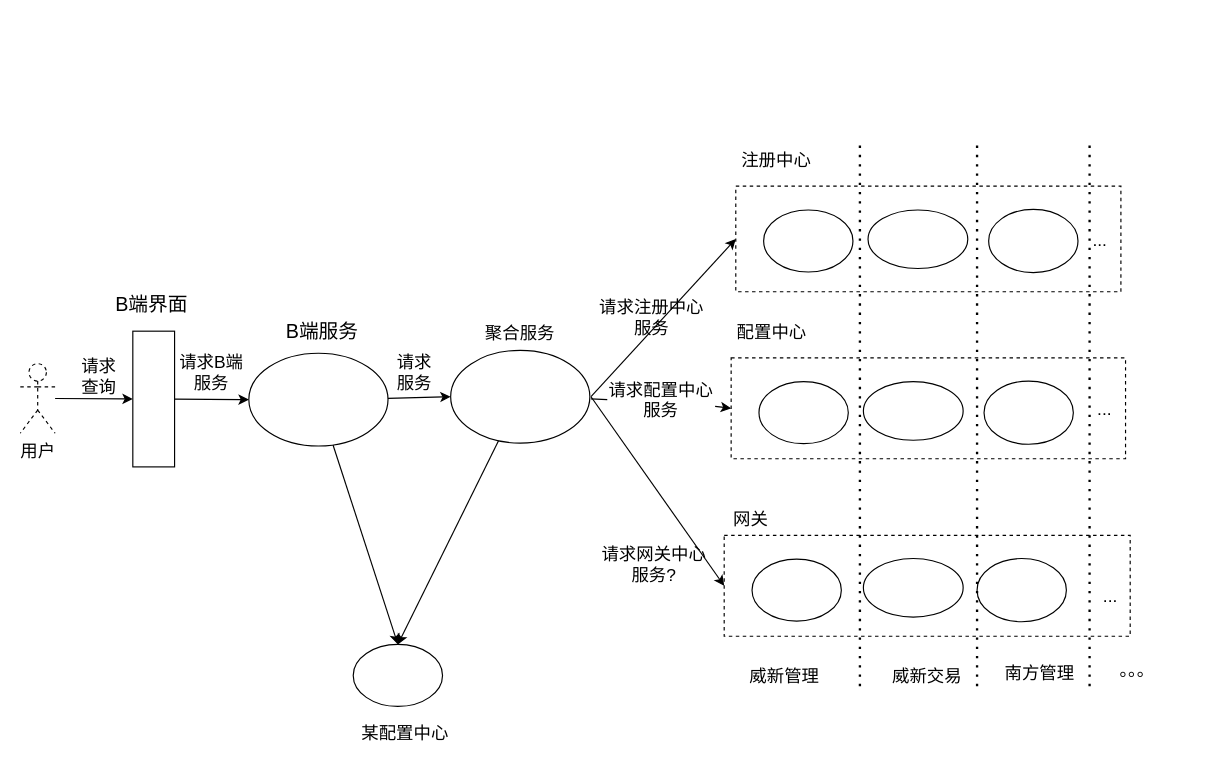
Earlier version of the draw.io diagram page "聚合服务" (10 of 10) of shorturl.drawio (leechliao/drawio). Source tidied: cells renumbered, new cells numbered last; positions are measured from the earlier drawing's top-left corner, leaving out a move shared by most shapes. Both pictures are drawn from the tidied source at 116%, with x=0, y=0 at pixel (20, 143).
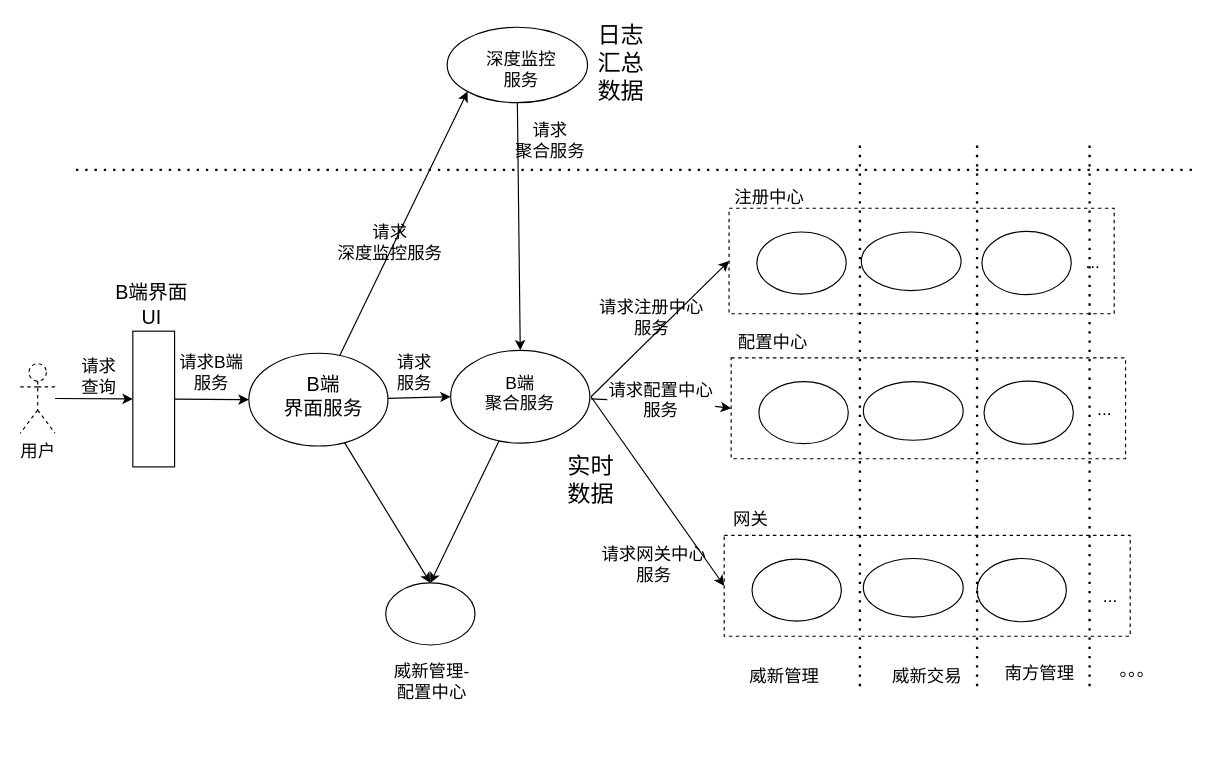
Above is the later version.

Unchanged cells that the change refers to:
```xml
<mxCell id="8" style="ellipse;whiteSpace=wrap;html=1;" parent="1" vertex="1">
  <mxGeometry x="371" y="178.5" width="120" height="80" as="geometry" />
</mxCell>
```

Diff of the diagram source:
```diff
@@
+    <mxCell id="52" style="edgeStyle=none;curved=1;jettySize=auto;html=1;entryX=0;entryY=1;entryDx=0;entryDy=0;fontSize=20;" parent="1" edge="1" source="12" target="54">
+      <mxGeometry relative="1" as="geometry" />
+    </mxCell>
+    <mxCell id="12" style="ellipse;whiteSpace=wrap;html=1;" parent="1" vertex="1">
+      <mxGeometry x="197" y="181" width="120" height="80" as="geometry" />
+    </mxCell>
     <mxCell id="2" style="rounded=0;whiteSpace=wrap;html=1;dashed=1;" parent="1" vertex="1">
-      <mxGeometry x="616.8" y="37" width="332" height="91" as="geometry" />
+      <mxGeometry x="611" y="56" width="332" height="91" as="geometry" />
     </mxCell>
-    <mxCell id="3" value="&lt;font style=&quot;font-size: 17px&quot;&gt;B端服务&lt;/font&gt;" style="text;html=1;strokeColor=none;fillColor=none;align=center;verticalAlign=middle;whiteSpace=wrap;rounded=0;" parent="1" vertex="1">
-      <mxGeometry x="220" y="151" width="81" height="23" as="geometry" />
+    <mxCell id="3" value="&lt;font style=&quot;font-size: 17px&quot;&gt;B端&lt;br&gt;界面服务&lt;/font&gt;" style="text;html=1;strokeColor=none;fillColor=none;align=center;verticalAlign=middle;whiteSpace=wrap;rounded=0;" parent="1" vertex="1">
+      <mxGeometry x="221" y="207" width="81" height="23" as="geometry" />
     </mxCell>
@@
-    <mxCell id="9" value="&lt;font style=&quot;font-size: 15px&quot;&gt;聚合服务&lt;/font&gt;" style="text;html=1;strokeColor=none;fillColor=none;align=center;verticalAlign=middle;whiteSpace=wrap;rounded=0;" parent="1" vertex="1">
-      <mxGeometry x="389" y="148.5" width="84" height="28" as="geometry" />
+    <mxCell id="9" value="&lt;font style=&quot;font-size: 15px&quot;&gt;B端&lt;br&gt;聚合服务&lt;/font&gt;" style="text;html=1;strokeColor=none;fillColor=none;align=center;verticalAlign=middle;whiteSpace=wrap;rounded=0;" parent="1" vertex="1">
+      <mxGeometry x="389" y="201" width="84" height="28" as="geometry" />
     </mxCell>
@@
-    <mxCell id="12" style="ellipse;whiteSpace=wrap;html=1;" parent="1" vertex="1">
-      <mxGeometry x="197" y="181" width="120" height="80" as="geometry" />
-    </mxCell>
     <mxCell id="13" style="ellipse;whiteSpace=wrap;html=1;" parent="1" vertex="1">
-      <mxGeometry x="640.8" y="57.5" width="77" height="53.5" as="geometry" />
+      <mxGeometry x="635" y="76.5" width="77" height="53.5" as="geometry" />
     </mxCell>
     <mxCell id="14" style="ellipse;whiteSpace=wrap;html=1;" parent="1" vertex="1">
-      <mxGeometry x="730.8" y="57.5" width="86" height="50.5" as="geometry" />
+      <mxGeometry x="725" y="76.5" width="86" height="50.5" as="geometry" />
     </mxCell>
     <mxCell id="15" style="ellipse;whiteSpace=wrap;html=1;" parent="1" vertex="1">
-      <mxGeometry x="834.8" y="57" width="77" height="54.5" as="geometry" />
+      <mxGeometry x="829" y="76" width="77" height="54.5" as="geometry" />
     </mxCell>
     <mxCell id="16" value="&lt;font style=&quot;font-size: 15px&quot;&gt;注册中心&lt;/font&gt;" style="text;html=1;strokeColor=none;fillColor=none;align=center;verticalAlign=middle;whiteSpace=wrap;rounded=0;" parent="1" vertex="1">
-      <mxGeometry x="609.8" width="84" height="28" as="geometry" />
+      <mxGeometry x="604" y="32" width="84" height="28" as="geometry" />
     </mxCell>
@@
     <mxCell id="21" value="&lt;font style=&quot;font-size: 15px&quot;&gt;配置中心&lt;/font&gt;" style="text;html=1;strokeColor=none;fillColor=none;align=center;verticalAlign=middle;whiteSpace=wrap;rounded=0;" parent="1" vertex="1">
-      <mxGeometry x="605.8" y="148" width="84" height="28" as="geometry" />
+      <mxGeometry x="606.8" y="157" width="84" height="28" as="geometry" />
     </mxCell>
@@
     <mxCell id="27" value="&lt;font style=&quot;font-size: 15px&quot;&gt;...&lt;/font&gt;" style="text;html=1;strokeColor=none;fillColor=none;align=center;verticalAlign=middle;whiteSpace=wrap;rounded=0;" parent="1" vertex="1">
-      <mxGeometry x="888.8" y="68.8" width="84" height="28" as="geometry" />
+      <mxGeometry x="883" y="87.8" width="84" height="28" as="geometry" />
     </mxCell>
@@
-    <mxCell id="37" value="&lt;font style=&quot;font-size: 17px&quot;&gt;B端界面&lt;/font&gt;" style="text;html=1;strokeColor=none;fillColor=none;align=center;verticalAlign=middle;whiteSpace=wrap;rounded=0;" parent="1" vertex="1">
+    <mxCell id="37" value="&lt;font style=&quot;font-size: 17px&quot;&gt;B端界面UI&lt;/font&gt;" style="text;html=1;strokeColor=none;fillColor=none;align=center;verticalAlign=middle;whiteSpace=wrap;rounded=0;" parent="1" vertex="1">
       <mxGeometry x="73" y="128" width="81" height="23" as="geometry" />
     </mxCell>
     <mxCell id="38" style="ellipse;whiteSpace=wrap;html=1;" parent="1" vertex="1">
-      <mxGeometry x="287" y="432" width="77" height="53.5" as="geometry" />
+      <mxGeometry x="315" y="379" width="77" height="53.5" as="geometry" />
     </mxCell>
-    <mxCell id="39" value="&lt;font style=&quot;font-size: 15px&quot;&gt;某配置中心&lt;/font&gt;" style="text;html=1;strokeColor=none;fillColor=none;align=center;verticalAlign=middle;whiteSpace=wrap;rounded=0;" parent="1" vertex="1">
-      <mxGeometry x="290" y="494" width="84" height="28" as="geometry" />
+    <mxCell id="39" value="&lt;font style=&quot;font-size: 15px&quot;&gt;威新管理-配置中心&lt;/font&gt;" style="text;html=1;strokeColor=none;fillColor=none;align=center;verticalAlign=middle;whiteSpace=wrap;rounded=0;" parent="1" vertex="1">
+      <mxGeometry x="318" y="440" width="74" height="48" as="geometry" />
     </mxCell>
@@
-    <mxCell id="44" value="&lt;font style=&quot;font-size: 15px&quot;&gt;请求网关中心服务?&lt;br&gt;&lt;/font&gt;" style="text;html=1;strokeColor=none;fillColor=none;align=center;verticalAlign=middle;whiteSpace=wrap;rounded=0;" parent="1" vertex="1">
+    <mxCell id="44" value="&lt;font style=&quot;font-size: 15px&quot;&gt;请求网关中心服务&lt;br&gt;&lt;/font&gt;" style="text;html=1;strokeColor=none;fillColor=none;align=center;verticalAlign=middle;whiteSpace=wrap;rounded=0;" parent="1" vertex="1">
       <mxGeometry x="499.8" y="338" width="93" height="49" as="geometry" />
     </mxCell>
-    <mxCell id="45" value="&lt;font style=&quot;font-size: 15px&quot;&gt;请求配置中心服务&lt;br&gt;&lt;/font&gt;" style="text;html=1;strokeColor=none;fillColor=none;align=center;verticalAlign=middle;whiteSpace=wrap;rounded=0;" parent="1" vertex="1">
-      <mxGeometry x="506" y="196.5" width="93" height="49" as="geometry" />
-    </mxCell>
@@
+    <mxCell id="53" style="edgeStyle=none;curved=1;jettySize=auto;html=1;exitX=0.5;exitY=1;exitDx=0;exitDy=0;entryX=0.5;entryY=0;entryDx=0;entryDy=0;fontSize=20;" parent="1" edge="1" source="54" target="8">
+      <mxGeometry relative="1" as="geometry" />
+    </mxCell>
+    <mxCell id="54" style="ellipse;whiteSpace=wrap;html=1;" parent="1" vertex="1">
+      <mxGeometry x="368" y="-100" width="121" height="65" as="geometry" />
+    </mxCell>
+    <mxCell id="55" value="&lt;font style=&quot;font-size: 15px&quot;&gt;深度监控&lt;br&gt;服务&lt;/font&gt;" style="text;html=1;strokeColor=none;fillColor=none;align=center;verticalAlign=middle;whiteSpace=wrap;rounded=0;" parent="1" vertex="1">
+      <mxGeometry x="390.2" y="-78" width="84" height="28" as="geometry" />
+    </mxCell>
+    <mxCell id="45" value="&lt;font style=&quot;font-size: 15px&quot;&gt;请求配置中心服务&lt;br&gt;&lt;/font&gt;" style="text;html=1;strokeColor=none;fillColor=none;align=center;verticalAlign=middle;whiteSpace=wrap;rounded=0;" parent="1" vertex="1">
+      <mxGeometry x="506" y="196.5" width="93" height="49" as="geometry" />
+    </mxCell>
+    <mxCell id="56" value="&lt;font style=&quot;font-size: 15px&quot;&gt;请求&lt;br&gt;深度监控服务&lt;br&gt;&lt;/font&gt;" style="text;html=1;strokeColor=none;fillColor=none;align=center;verticalAlign=middle;whiteSpace=wrap;rounded=0;" parent="1" vertex="1">
+      <mxGeometry x="270" y="68.5" width="98" height="32.5" as="geometry" />
+    </mxCell>
+    <mxCell id="57" value="&lt;font style=&quot;font-size: 15px&quot;&gt;请求&lt;br&gt;聚合服务&lt;br&gt;&lt;/font&gt;" style="text;html=1;strokeColor=none;fillColor=none;align=center;verticalAlign=middle;whiteSpace=wrap;rounded=0;" parent="1" vertex="1">
+      <mxGeometry x="405" y="-16" width="104.2" height="26" as="geometry" />
+    </mxCell>
+    <mxCell id="58" style="endArrow=none;dashed=1;html=1;dashPattern=1 3;strokeWidth=2;rounded=0;fontSize=15;" parent="1" edge="1">
+      <mxGeometry relative="1" as="geometry">
+        <mxPoint x="1010" y="23" as="sourcePoint" />
+        <mxPoint x="45" y="23" as="targetPoint" />
+      </mxGeometry>
+    </mxCell>
+    <mxCell id="59" value="日志汇总数据" style="text;html=1;strokeColor=none;fillColor=none;align=center;verticalAlign=middle;whiteSpace=wrap;rounded=0;fontSize=20;" parent="1" vertex="1">
+      <mxGeometry x="491" y="-91" width="54" height="41" as="geometry" />
+    </mxCell>
+    <mxCell id="60" value="实时数据" style="text;html=1;strokeColor=none;fillColor=none;align=center;verticalAlign=middle;whiteSpace=wrap;rounded=0;fontSize=20;" parent="1" vertex="1">
+      <mxGeometry x="465" y="269" width="54" height="41" as="geometry" />
+    </mxCell>
```
